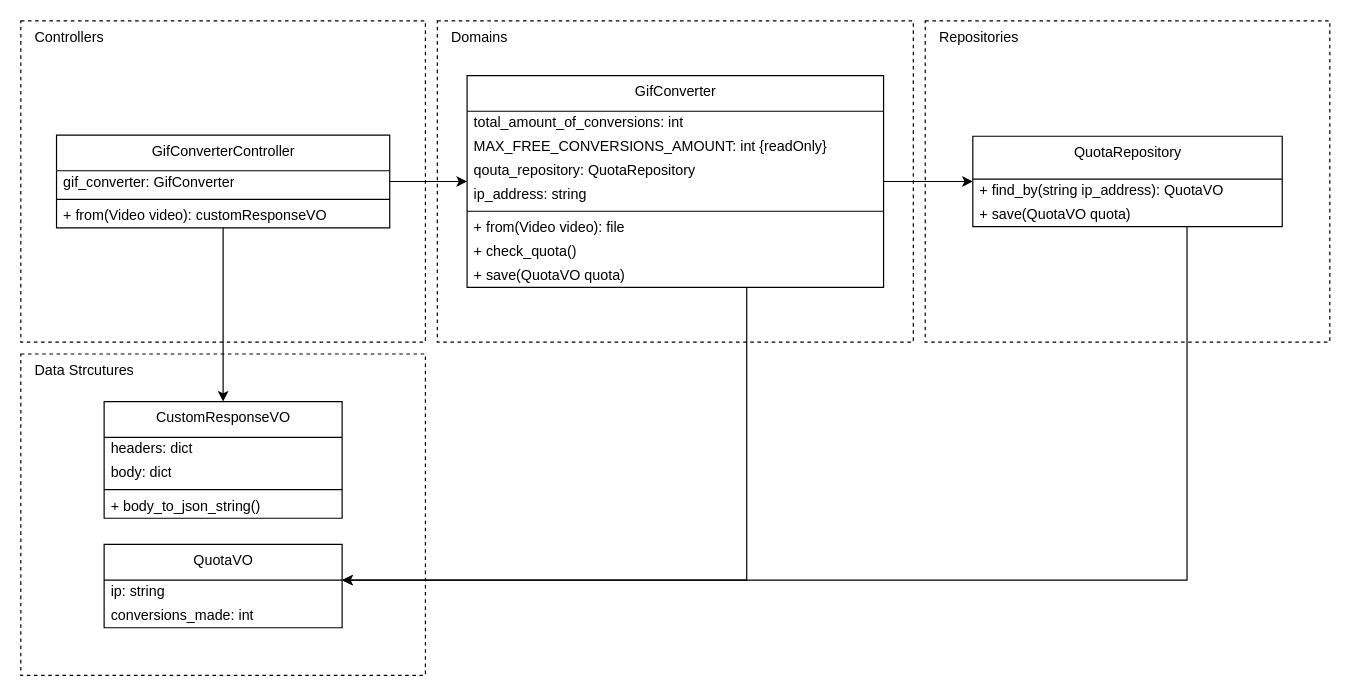
Before: page "SRP-BROKEN" (1 of 3) of images/clean-code-clean-systems/SRPvsSoC.drawio in GabrielSlima/blog, a draw.io diagram. Source tidied: cells renumbered, new cells numbered last; positions are measured from the earlier drawing's top-left corner, leaving out a move shared by most shapes. Both pictures are drawn from the tidied source at 119%, with x=0, y=0 at pixel (20, 20).
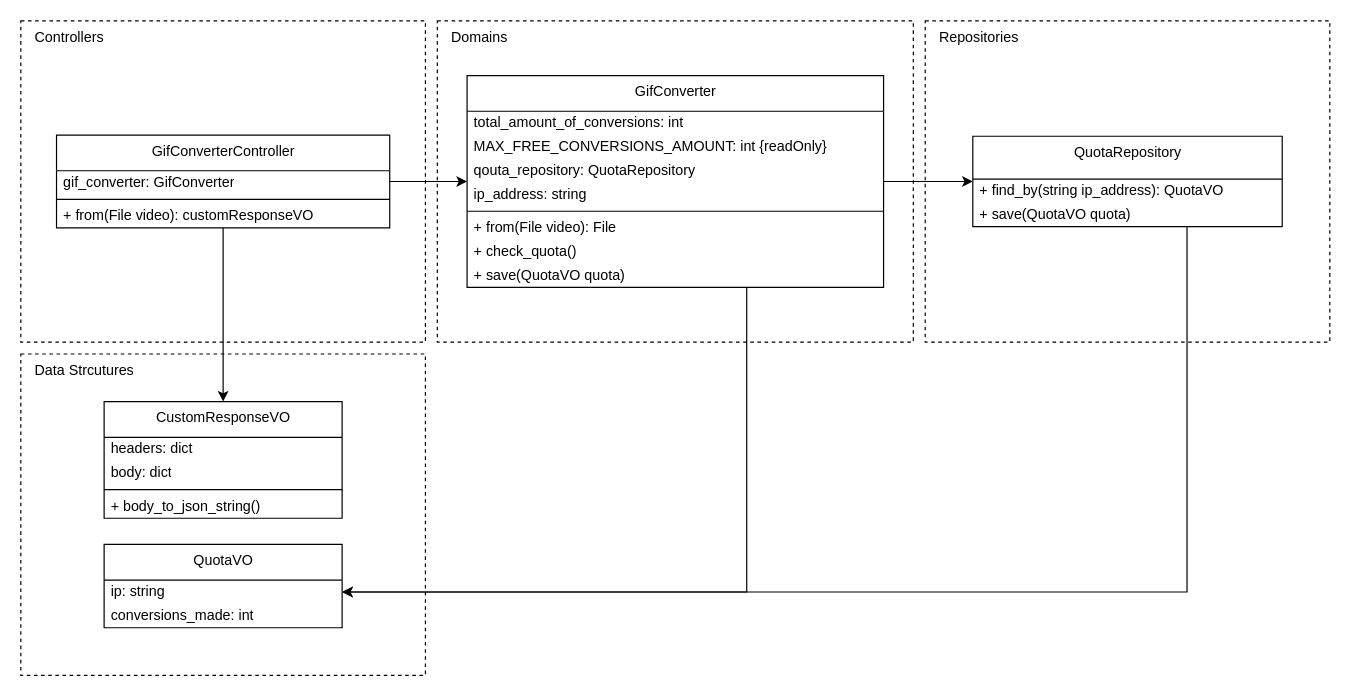
The same diagram, later.

What changed in the source:
```diff
@@
     <mxCell id="7" style="edgeStyle=orthogonalEdgeStyle;rounded=0;jettySize=auto;html=1;" parent="1" edge="1" source="8" target="12">
       <mxGeometry relative="1" as="geometry">
         <Array as="points">
-          <mxPoint x="980" y="470" />
+          <mxPoint x="980" y="480" />
         </Array>
       </mxGeometry>
     </mxCell>
-    <mxCell id="8" value="QuotaRepository" style="swimlane;fontStyle=0;align=center;verticalAlign=top;horizontal=1;startSize=36;html=1;" parent="1" vertex="1">
+    <mxCell id="8" value="QuotaRepository" style="swimlane;fontStyle=0;align=center;verticalAlign=top;horizontal=1;startSize=36;html=1;fillColor=none;" parent="1" vertex="1">
       <mxGeometry x="800" y="97" width="260" height="76" as="geometry" />
     </mxCell>
@@
     <mxCell id="11" style="edgeStyle=orthogonalEdgeStyle;rounded=0;jettySize=auto;html=1;" parent="1" edge="1" source="26" target="12">
       <mxGeometry relative="1" as="geometry">
         <Array as="points">
-          <mxPoint x="610" y="470" />
+          <mxPoint x="610" y="480" />
         </Array>
       </mxGeometry>
     </mxCell>
-    <mxCell id="12" value="QuotaVO" style="swimlane;fontStyle=0;align=center;verticalAlign=top;horizontal=1;startSize=30;html=1;" parent="1" vertex="1">
+    <mxCell id="12" value="QuotaVO" style="swimlane;fontStyle=0;align=center;verticalAlign=top;horizontal=1;startSize=30;html=1;fillColor=none;" parent="1" vertex="1">
       <mxGeometry x="70" y="440" width="200" height="70" as="geometry" />
     </mxCell>
@@
-    <mxCell id="17" value="GifConverterController" style="swimlane;fontStyle=0;align=center;verticalAlign=top;horizontal=1;startSize=30;html=1;" parent="1" vertex="1">
+    <mxCell id="17" value="GifConverterController" style="swimlane;fontStyle=0;align=center;verticalAlign=top;horizontal=1;startSize=30;html=1;fillColor=none;" parent="1" vertex="1">
       <mxGeometry x="30" y="96" width="280" height="78" as="geometry" />
     </mxCell>
@@
-    <mxCell id="20" value="+ from(Video video): customResponseVO" style="text;html=1;strokeColor=none;fillColor=none;align=left;verticalAlign=middle;spacingLeft=4;spacingRight=4;overflow=hidden;" parent="17" vertex="1">
+    <mxCell id="20" value="+ from(File video): customResponseVO" style="text;html=1;strokeColor=none;fillColor=none;align=left;verticalAlign=middle;spacingLeft=4;spacingRight=4;overflow=hidden;" parent="17" vertex="1">
       <mxGeometry y="58" width="280" height="20" as="geometry" />
     </mxCell>
-    <mxCell id="21" value="CustomResponseVO" style="swimlane;fontStyle=0;align=center;verticalAlign=top;horizontal=1;startSize=30;html=1;" parent="1" vertex="1">
+    <mxCell id="21" value="CustomResponseVO" style="swimlane;fontStyle=0;align=center;verticalAlign=top;horizontal=1;startSize=30;html=1;fillColor=none;" parent="1" vertex="1">
       <mxGeometry x="70" y="320" width="200" height="98" as="geometry" />
     </mxCell>
@@
-    <mxCell id="26" value="GifConverter" style="swimlane;fontStyle=0;align=center;verticalAlign=top;horizontal=1;startSize=30;html=1;" parent="1" vertex="1">
+    <mxCell id="26" value="GifConverter" style="swimlane;fontStyle=0;align=center;verticalAlign=top;horizontal=1;startSize=30;html=1;fillColor=none;" parent="1" vertex="1">
       <mxGeometry x="375" y="46" width="350" height="178" as="geometry" />
     </mxCell>
@@
-    <mxCell id="32" value="+ from(Video video): file" style="text;html=1;strokeColor=none;fillColor=none;align=left;verticalAlign=middle;spacingLeft=4;spacingRight=4;overflow=hidden;" parent="26" vertex="1">
+    <mxCell id="32" value="+ from(File video): File" style="text;html=1;strokeColor=none;fillColor=none;align=left;verticalAlign=middle;spacingLeft=4;spacingRight=4;overflow=hidden;" parent="26" vertex="1">
       <mxGeometry y="118" width="350" height="20" as="geometry" />
     </mxCell>
```
